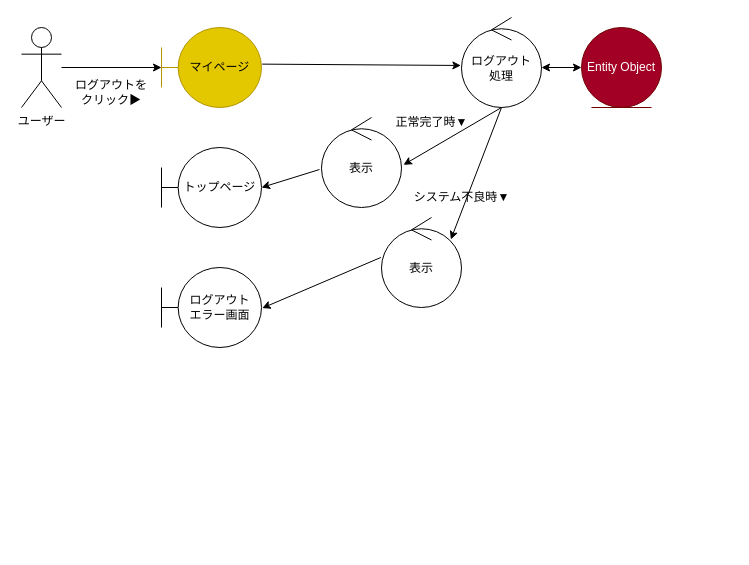
ksw2270227/GroupF keeps this draw.io diagram as page "ログアウト" (3 of 8) of out/ロバストネス図/ユーザー-ロバストネス図.drawio. Above is the earlier version. Source tidied: cells renumbered, new cells numbered last; positions are measured from the earlier drawing's top-left corner, leaving out a move shared by most shapes. Both pictures are drawn from the tidied source at 100%, with x=0, y=0 at pixel (21, 17).
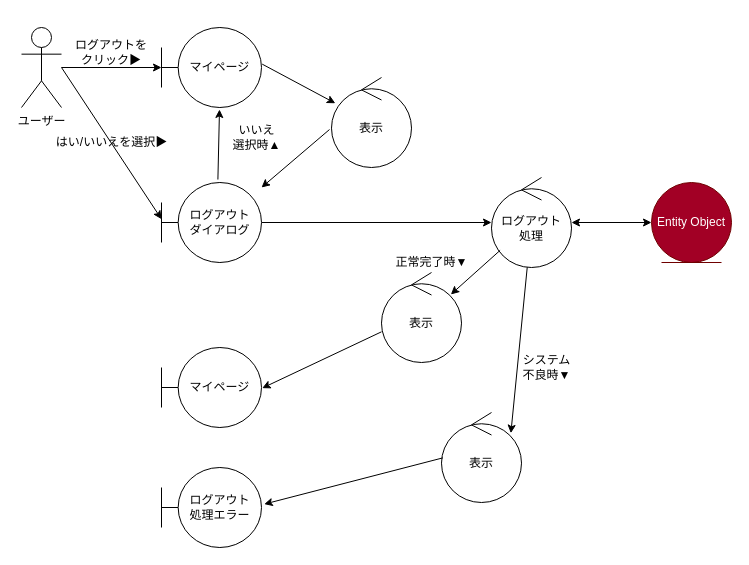
The same diagram, later.

The change refers to these unchanged cells:
```xml
<mxCell id="2" value="ユーザー" style="shape=umlActor;verticalLabelPosition=bottom;verticalAlign=top;html=1;outlineConnect=0;" parent="1" vertex="1">
  <mxGeometry y="10" width="40" height="80" as="geometry" />
</mxCell>
```

Change to the diagram source:
```diff
@@
-    <mxCell id="3" value="表示" style="ellipse;shape=umlControl;whiteSpace=wrap;html=1;" parent="1" vertex="1">
-      <mxGeometry x="300" y="100" width="80" height="90" as="geometry" />
-    </mxCell>
+    <mxCell id="20" value="表示" style="ellipse;shape=umlControl;whiteSpace=wrap;html=1;" parent="1" vertex="1">
+      <mxGeometry x="310" y="60" width="80" height="90" as="geometry" />
+    </mxCell>
     <mxCell id="4" value="Entity Object" style="ellipse;shape=umlEntity;whiteSpace=wrap;html=1;fillColor=#a20025;fontColor=#ffffff;strokeColor=#6F0000;" parent="1" vertex="1">
-      <mxGeometry x="560" y="10" width="80" height="80" as="geometry" />
+      <mxGeometry x="630" y="165" width="80" height="80" as="geometry" />
     </mxCell>
-    <mxCell id="5" value="マイページ" style="shape=umlBoundary;whiteSpace=wrap;html=1;fillColor=#e3c800;strokeColor=#B09500;fontColor=#000000;" parent="1" vertex="1">
-      <mxGeometry x="140" y="10" width="100" height="80" as="geometry" />
-    </mxCell>
-    <mxCell id="6" value="ログアウト&lt;br&gt;エラー画面" style="shape=umlBoundary;whiteSpace=wrap;html=1;" parent="1" vertex="1">
-      <mxGeometry x="140" y="250" width="100" height="80" as="geometry" />
-    </mxCell>
-    <mxCell id="7" value="トップページ" style="shape=umlBoundary;whiteSpace=wrap;html=1;" parent="1" vertex="1">
-      <mxGeometry x="140" y="130" width="100" height="80" as="geometry" />
-    </mxCell>
-    <mxCell id="8" value="表示" style="ellipse;shape=umlControl;whiteSpace=wrap;html=1;" parent="1" vertex="1">
-      <mxGeometry x="360" y="200" width="80" height="90" as="geometry" />
-    </mxCell>
+    <mxCell id="21" value="マイページ" style="shape=umlBoundary;whiteSpace=wrap;html=1;" parent="1" vertex="1">
+      <mxGeometry x="140" y="10" width="100" height="80" as="geometry" />
+    </mxCell>
+    <mxCell id="22" value="マイページ" style="shape=umlBoundary;whiteSpace=wrap;html=1;" parent="1" vertex="1">
+      <mxGeometry x="140" y="330" width="100" height="80" as="geometry" />
+    </mxCell>
+    <mxCell id="23" style="edgeStyle=none;html=1;" parent="1" edge="1" source="24" target="9">
+      <mxGeometry relative="1" as="geometry" />
+    </mxCell>
+    <mxCell id="24" value="ログアウト&lt;br&gt;ダイアログ" style="shape=umlBoundary;whiteSpace=wrap;html=1;" parent="1" vertex="1">
+      <mxGeometry x="140" y="165" width="100" height="80" as="geometry" />
+    </mxCell>
+    <mxCell id="25" value="表示" style="ellipse;shape=umlControl;whiteSpace=wrap;html=1;" parent="1" vertex="1">
+      <mxGeometry x="360" y="255" width="80" height="90" as="geometry" />
+    </mxCell>
     <mxCell id="9" value="ログアウト&lt;br&gt;処理" style="ellipse;shape=umlControl;whiteSpace=wrap;html=1;" parent="1" vertex="1">
-      <mxGeometry x="440" width="80" height="90" as="geometry" />
+      <mxGeometry x="470" y="160" width="80" height="90" as="geometry" />
     </mxCell>
-    <mxCell id="10" style="endArrow=classic;html=1;" parent="1" edge="1" source="2">
-      <mxGeometry relative="1" as="geometry">
-        <mxPoint x="140" y="50" as="targetPoint" />
-      </mxGeometry>
-    </mxCell>
-    <mxCell id="11" style="endArrow=classic;html=1;exitX=1.007;exitY=0.458;exitDx=0;exitDy=0;exitPerimeter=0;entryX=-0.008;entryY=0.533;entryDx=0;entryDy=0;entryPerimeter=0;" parent="1" edge="1" source="5" target="9">
-      <mxGeometry relative="1" as="geometry" />
-    </mxCell>
-    <mxCell id="12" style="endArrow=classic;startArrow=classic;html=1;entryX=0;entryY=0.5;entryDx=0;entryDy=0;" parent="1" edge="1" target="4">
-      <mxGeometry relative="1" as="geometry">
-        <mxPoint x="520" y="50" as="sourcePoint" />
-      </mxGeometry>
-    </mxCell>
-    <mxCell id="13" style="endArrow=classic;html=1;entryX=1.025;entryY=0.526;entryDx=0;entryDy=0;entryPerimeter=0;" parent="1" edge="1" target="3">
-      <mxGeometry relative="1" as="geometry">
-        <mxPoint x="480" y="90" as="sourcePoint" />
-      </mxGeometry>
-    </mxCell>
-    <mxCell id="14" style="endArrow=classic;html=1;exitX=-0.025;exitY=0.578;exitDx=0;exitDy=0;exitPerimeter=0;" parent="1" edge="1" source="3">
-      <mxGeometry relative="1" as="geometry">
-        <mxPoint x="240" y="170" as="targetPoint" />
-      </mxGeometry>
-    </mxCell>
-    <mxCell id="15" style="endArrow=classic;html=1;entryX=0.867;entryY=0.244;entryDx=0;entryDy=0;entryPerimeter=0;" parent="1" edge="1" target="8">
-      <mxGeometry relative="1" as="geometry">
-        <mxPoint x="480" y="90" as="sourcePoint" />
-      </mxGeometry>
-    </mxCell>
-    <mxCell id="16" style="endArrow=classic;html=1;exitX=-0.008;exitY=0.444;exitDx=0;exitDy=0;exitPerimeter=0;entryX=1.007;entryY=0.508;entryDx=0;entryDy=0;entryPerimeter=0;" parent="1" edge="1" source="8" target="6">
-      <mxGeometry relative="1" as="geometry" />
-    </mxCell>
+    <mxCell id="26" style="endArrow=classic;html=1;" parent="1" edge="1" source="2">
+      <mxGeometry relative="1" as="geometry">
+        <mxPoint x="140" y="50" as="targetPoint" />
+      </mxGeometry>
+    </mxCell>
+    <mxCell id="27" style="endArrow=classic;html=1;exitX=1.007;exitY=0.458;exitDx=0;exitDy=0;exitPerimeter=0;" parent="1" edge="1" source="21" target="20">
+      <mxGeometry relative="1" as="geometry" />
+    </mxCell>
+    <mxCell id="28" style="endArrow=classic;startArrow=classic;html=1;entryX=0;entryY=0.5;entryDx=0;entryDy=0;" parent="1" edge="1" source="9" target="4">
+      <mxGeometry relative="1" as="geometry" />
+    </mxCell>
+    <mxCell id="29" style="endArrow=classic;html=1;exitX=-0.025;exitY=0.578;exitDx=0;exitDy=0;exitPerimeter=0;" parent="1" edge="1" source="20">
+      <mxGeometry relative="1" as="geometry">
+        <mxPoint x="240" y="170" as="targetPoint" />
+      </mxGeometry>
+    </mxCell>
+    <mxCell id="30" style="endArrow=classic;html=1;entryX=0.867;entryY=0.244;entryDx=0;entryDy=0;entryPerimeter=0;" parent="1" edge="1" source="9" target="25">
+      <mxGeometry relative="1" as="geometry" />
+    </mxCell>
+    <mxCell id="31" style="endArrow=classic;html=1;exitX=0;exitY=0.659;exitDx=0;exitDy=0;exitPerimeter=0;entryX=1.007;entryY=0.508;entryDx=0;entryDy=0;entryPerimeter=0;" parent="1" edge="1" source="25" target="22">
+      <mxGeometry relative="1" as="geometry" />
+    </mxCell>
     <mxCell id="17" value="ログアウトを&lt;br&gt;クリック▶" style="text;html=1;strokeColor=none;fillColor=none;align=center;verticalAlign=middle;whiteSpace=wrap;rounded=0;" parent="1" vertex="1">
-      <mxGeometry x="40" y="60" width="100" height="30" as="geometry" />
+      <mxGeometry x="40" y="20" width="100" height="30" as="geometry" />
     </mxCell>
-    <mxCell id="18" value="システム不良時▼" style="text;html=1;align=center;verticalAlign=middle;strokeColor=none;fillColor=none;" parent="1" vertex="1">
-      <mxGeometry x="380" y="165" width="120" height="30" as="geometry" />
-    </mxCell>
+    <mxCell id="32" value="表示" style="ellipse;shape=umlControl;whiteSpace=wrap;html=1;" parent="1" vertex="1">
+      <mxGeometry x="420" y="395" width="80" height="90" as="geometry" />
+    </mxCell>
+    <mxCell id="33" value="ログアウト&lt;br&gt;処理エラー" style="shape=umlBoundary;whiteSpace=wrap;html=1;" parent="1" vertex="1">
+      <mxGeometry x="140" y="450" width="100" height="80" as="geometry" />
+    </mxCell>
+    <mxCell id="34" style="endArrow=classic;html=1;entryX=1.027;entryY=0.458;entryDx=0;entryDy=0;entryPerimeter=0;exitX=0.017;exitY=0.504;exitDx=0;exitDy=0;exitPerimeter=0;" parent="1" edge="1" source="32" target="33">
+      <mxGeometry relative="1" as="geometry" />
+    </mxCell>
+    <mxCell id="35" style="endArrow=classic;html=1;entryX=0.867;entryY=0.23;entryDx=0;entryDy=0;entryPerimeter=0;" parent="1" edge="1" source="9" target="32">
+      <mxGeometry relative="1" as="geometry" />
+    </mxCell>
+    <mxCell id="36" value="システム&lt;br&gt;不良時▼" style="text;html=1;align=center;verticalAlign=middle;strokeColor=none;fillColor=none;" parent="1" vertex="1">
+      <mxGeometry x="490" y="330" width="70" height="40" as="geometry" />
+    </mxCell>
     <mxCell id="19" value="正常完了時▼" style="text;html=1;align=center;verticalAlign=middle;strokeColor=none;fillColor=none;" parent="1" vertex="1">
-      <mxGeometry x="360" y="90" width="100" height="30" as="geometry" />
+      <mxGeometry x="360" y="230" width="100" height="30" as="geometry" />
     </mxCell>
+    <mxCell id="37" style="endArrow=classic;html=1;entryX=0.58;entryY=1.025;entryDx=0;entryDy=0;entryPerimeter=0;exitX=0.564;exitY=-0.037;exitDx=0;exitDy=0;exitPerimeter=0;" parent="1" edge="1" source="24" target="21">
+      <mxGeometry relative="1" as="geometry" />
+    </mxCell>
+    <mxCell id="38" style="endArrow=classic;html=1;entryX=0;entryY=0.458;entryDx=0;entryDy=0;entryPerimeter=0;" parent="1" edge="1" target="24">
+      <mxGeometry relative="1" as="geometry">
+        <mxPoint x="40" y="50" as="sourcePoint" />
+      </mxGeometry>
+    </mxCell>
+    <mxCell id="39" value="はい/いいえを選択▶" style="text;html=1;align=center;verticalAlign=middle;strokeColor=none;fillColor=none;" parent="1" vertex="1">
+      <mxGeometry x="25" y="110" width="130" height="30" as="geometry" />
+    </mxCell>
+    <mxCell id="40" value="いいえ&lt;br&gt;選択時▲" style="text;html=1;align=center;verticalAlign=middle;strokeColor=none;fillColor=none;" parent="1" vertex="1">
+      <mxGeometry x="200" y="100" width="70" height="40" as="geometry" />
+    </mxCell>
```
